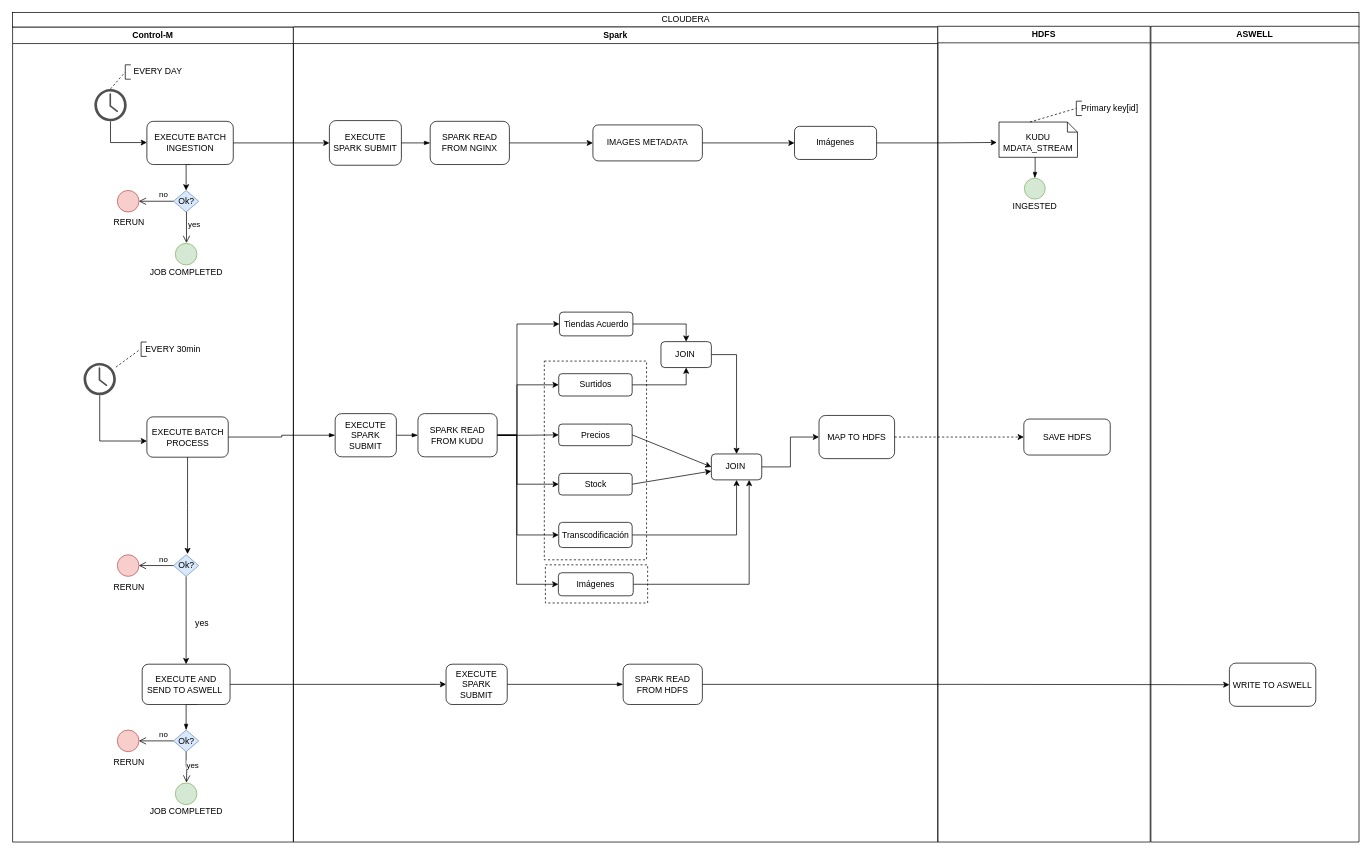
StefanoMazzukaCapgemini/Cap_Diagram keeps this draw.io diagram as Cap Diagram.drawio. Above is the earlier version. Source tidied: cells renumbered, new cells numbered last; positions are measured from the earlier drawing's top-left corner, leaving out a move shared by most shapes. Both pictures are drawn from the tidied source at 72%, with x=0, y=0 at pixel (12, 12).
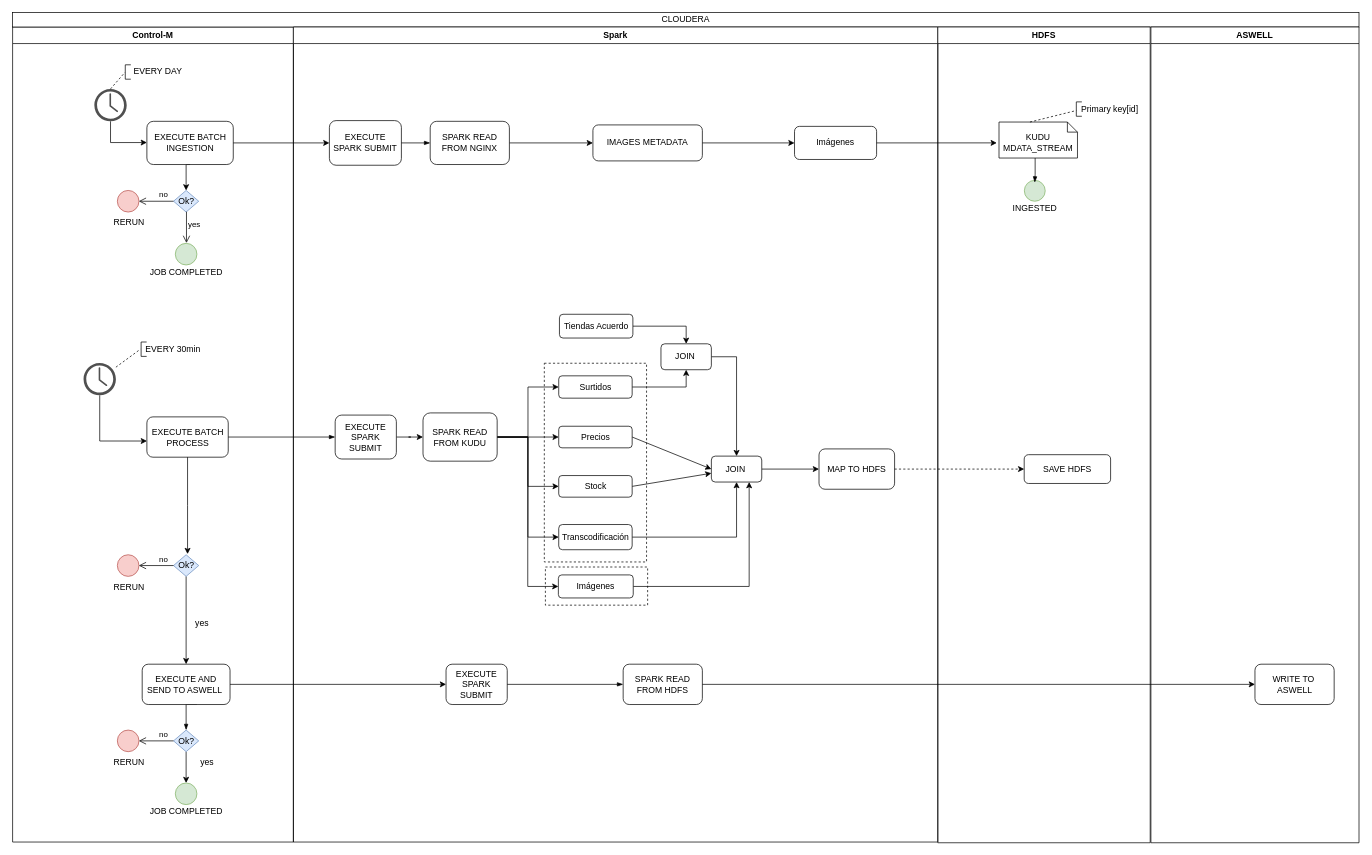
Above is the later version.

The change refers to these unchanged cells:
```xml
<mxCell id="2" value="Control-M" style="swimlane;whiteSpace=wrap;startSize=23;" parent="1" vertex="1">
  <mxGeometry y="20" width="390" height="1132" as="geometry" />
</mxCell>
<mxCell id="12" value="Ok?" style="rhombus;whiteSpace=wrap;html=1;fillColor=#dae8fc;strokeColor=#6c8ebf;" parent="2" vertex="1">
  <mxGeometry x="223.5" y="976.5" width="35" height="30" as="geometry" />
</mxCell>
<mxCell id="21" style="ellipse;whiteSpace=wrap;html=1;fillColor=#d5e8d4;strokeColor=#82b366;" parent="2" vertex="1">
  <mxGeometry x="226" y="1050" width="30" height="30" as="geometry" />
</mxCell>
<mxCell id="34" value="Spark" style="swimlane;whiteSpace=wrap;startSize=23;" parent="1" vertex="1">
  <mxGeometry x="390" y="20" width="895" height="1132" as="geometry" />
</mxCell>
<mxCell id="72" value="SPARK READ FROM HDFS" style="rounded=1;whiteSpace=wrap;html=1;" parent="34" vertex="1">
  <mxGeometry x="458" y="885" width="110" height="56" as="geometry" />
</mxCell>
<mxCell id="80" style="shape=partialRectangle;whiteSpace=wrap;html=1;bottom=1;right=1;left=1;top=0;fillColor=none;routingCenterX=-0.5;rotation=90;" parent="74" vertex="1">
  <mxGeometry x="185.9" y="110.5" width="20" height="7" as="geometry" />
</mxCell>
```

What changed in the source:
```diff
@@
+    <mxCell id="97" style="edgeStyle=orthogonalEdgeStyle;rounded=0;jettySize=auto;html=1;entryX=0.5;entryY=0;entryDx=0;entryDy=0;endArrow=classic;endFill=1;" parent="2" edge="1" source="12" target="21">
+      <mxGeometry relative="1" as="geometry" />
+    </mxCell>
@@
-    <mxCell id="14" value="yes" style="edgeStyle=orthogonalEdgeStyle;html=1;align=left;verticalAlign=top;endArrow=open;endSize=8;entryX=0.5;entryY=0;entryDx=0;entryDy=0;" parent="2" edge="1" source="12">
-      <mxGeometry x="0.01" y="10" relative="1" as="geometry">
-        <mxPoint x="241.5" y="1049.5" as="targetPoint" />
-        <mxPoint x="-2" y="-6" as="offset" />
-      </mxGeometry>
-    </mxCell>
@@
+    <mxCell id="14" value="yes" style="text;html=1;align=left;verticalAlign=top;spacingTop=-4;" parent="2" vertex="1">
+      <mxGeometry x="258.5" y="1011.5" width="30" height="20" as="geometry" />
+    </mxCell>
@@
     <mxCell id="35" style="rounded=0;whiteSpace=wrap;html=1;dashed=1;" parent="34" vertex="1">
-      <mxGeometry x="350" y="747" width="142" height="53" as="geometry" />
+      <mxGeometry x="350" y="750" width="142" height="53" as="geometry" />
     </mxCell>
     <mxCell id="36" style="rounded=0;whiteSpace=wrap;html=1;dashed=1;" parent="34" vertex="1">
-      <mxGeometry x="348.5" y="464" width="142" height="276" as="geometry" />
+      <mxGeometry x="348.5" y="467" width="142" height="276" as="geometry" />
     </mxCell>
-    <mxCell id="37" style="edgeStyle=orthogonalEdgeStyle;rounded=0;jettySize=auto;html=1;exitX=1;exitY=0.5;exitDx=0;exitDy=0;entryX=0;entryY=0.5;entryDx=0;entryDy=0;endArrow=blockThin;endFill=1;" parent="34" edge="1" source="38" target="45">
+    <mxCell id="37" style="edgeStyle=orthogonalEdgeStyle;rounded=0;jettySize=auto;html=1;entryX=0;entryY=0.5;entryDx=0;entryDy=0;endArrow=classic;endFill=1;" parent="34" edge="1" source="38" target="45">
       <mxGeometry relative="1" as="geometry" />
     </mxCell>
     <mxCell id="38" value="EXECUTE SPARK SUBMIT" style="rounded=1;whiteSpace=wrap;html=1;" parent="34" vertex="1">
-      <mxGeometry x="58" y="537" width="85" height="60" as="geometry" />
+      <mxGeometry x="58" y="539" width="85" height="61" as="geometry" />
     </mxCell>
+    <mxCell id="41" style="edgeStyle=orthogonalEdgeStyle;rounded=0;jettySize=auto;html=1;entryX=0;entryY=0.5;entryDx=0;entryDy=0;endArrow=classic;endFill=1;" parent="34" edge="1" source="45" target="52">
+      <mxGeometry relative="1" as="geometry" />
+    </mxCell>
+    <mxCell id="43" style="edgeStyle=orthogonalEdgeStyle;rounded=0;jettySize=auto;html=1;entryX=0;entryY=0.5;entryDx=0;entryDy=0;endArrow=classic;endFill=1;" parent="34" edge="1" source="45" target="50">
+      <mxGeometry relative="1" as="geometry" />
+    </mxCell>
+    <mxCell id="40" style="edgeStyle=orthogonalEdgeStyle;rounded=0;jettySize=auto;html=1;entryX=0;entryY=0.5;entryDx=0;entryDy=0;endArrow=classic;endFill=1;" parent="34" edge="1" source="45" target="47">
+      <mxGeometry relative="1" as="geometry" />
+    </mxCell>
-    <mxCell id="39" style="edgeStyle=orthogonalEdgeStyle;rounded=0;jettySize=auto;html=1;exitX=1;exitY=0.5;exitDx=0;exitDy=0;entryX=0;entryY=0.5;entryDx=0;entryDy=0;" parent="34" edge="1" source="45" target="54">
-      <mxGeometry relative="1" as="geometry">
-        <Array as="points">
-          <mxPoint x="310.5" y="567" />
-          <mxPoint x="310.5" y="706" />
-        </Array>
-      </mxGeometry>
+    <mxCell id="39" style="edgeStyle=orthogonalEdgeStyle;rounded=0;jettySize=auto;html=1;entryX=0;entryY=0.5;entryDx=0;entryDy=0;endArrow=classic;endFill=1;" parent="34" edge="1" source="45" target="54">
+      <mxGeometry relative="1" as="geometry" />
     </mxCell>
-    <mxCell id="40" style="edgeStyle=orthogonalEdgeStyle;rounded=0;jettySize=auto;html=1;exitX=1;exitY=0.5;exitDx=0;exitDy=0;entryX=0;entryY=0.5;entryDx=0;entryDy=0;" parent="34" edge="1" source="45" target="47">
-      <mxGeometry relative="1" as="geometry">
-        <Array as="points">
-          <mxPoint x="310.5" y="567" />
-          <mxPoint x="310.5" y="635" />
-        </Array>
-      </mxGeometry>
-    </mxCell>
-    <mxCell id="41" style="edgeStyle=orthogonalEdgeStyle;rounded=0;jettySize=auto;html=1;exitX=1;exitY=0.5;exitDx=0;exitDy=0;entryX=0;entryY=0.5;entryDx=0;entryDy=0;" parent="34" edge="1" source="45" target="52">
-      <mxGeometry relative="1" as="geometry">
-        <Array as="points">
-          <mxPoint x="310.5" y="567" />
-          <mxPoint x="310.5" y="497" />
-        </Array>
-      </mxGeometry>
-    </mxCell>
-    <mxCell id="42" style="edgeStyle=orthogonalEdgeStyle;rounded=0;jettySize=auto;html=1;exitX=1;exitY=0.5;exitDx=0;exitDy=0;entryX=0;entryY=0.5;entryDx=0;entryDy=0;" parent="34" edge="1" source="45" target="56">
-      <mxGeometry relative="1" as="geometry">
-        <Array as="points">
-          <mxPoint x="310.5" y="567" />
-          <mxPoint x="310.5" y="413" />
-        </Array>
-      </mxGeometry>
-    </mxCell>
-    <mxCell id="43" style="edgeStyle=orthogonalEdgeStyle;rounded=0;jettySize=auto;html=1;exitX=1;exitY=0.5;exitDx=0;exitDy=0;" parent="34" edge="1" source="45" target="50">
-      <mxGeometry relative="1" as="geometry" />
-    </mxCell>
-    <mxCell id="44" style="edgeStyle=orthogonalEdgeStyle;rounded=0;jettySize=auto;html=1;exitX=1;exitY=0.5;exitDx=0;exitDy=0;entryX=0;entryY=0.5;entryDx=0;entryDy=0;endArrow=classic;endFill=1;" parent="34" edge="1" source="45" target="70">
-      <mxGeometry relative="1" as="geometry">
-        <Array as="points">
-          <mxPoint x="310" y="567" />
-          <mxPoint x="310" y="774" />
-        </Array>
-      </mxGeometry>
+    <mxCell id="44" style="edgeStyle=orthogonalEdgeStyle;rounded=0;jettySize=auto;html=1;entryX=0;entryY=0.5;entryDx=0;entryDy=0;endArrow=classic;endFill=1;" parent="34" edge="1" source="45" target="70">
+      <mxGeometry relative="1" as="geometry" />
     </mxCell>
     <mxCell id="45" value="SPARK READ FROM KUDU" style="rounded=1;whiteSpace=wrap;html=1;" parent="34" vertex="1">
-      <mxGeometry x="173" y="537" width="110" height="60" as="geometry" />
+      <mxGeometry x="180" y="536" width="103" height="67" as="geometry" />
     </mxCell>
@@
     <mxCell id="47" value="Stock" style="rounded=1;whiteSpace=wrap;html=1;" parent="34" vertex="1">
-      <mxGeometry x="368.5" y="620" width="102" height="30" as="geometry" />
+      <mxGeometry x="368.5" y="623" width="102" height="30" as="geometry" />
     </mxCell>
     <mxCell id="48" style="edgeStyle=orthogonalEdgeStyle;rounded=0;orthogonalLoop=1;jettySize=auto;html=1;exitX=1;exitY=0.5;exitDx=0;exitDy=0;entryX=0;entryY=0.5;entryDx=0;entryDy=0;endArrow=blockThin;endFill=1;strokeColor=none;" parent="34" edge="1">
       <mxGeometry relative="1" as="geometry">
-        <mxPoint x="641.5" y="584" as="sourcePoint" />
-        <mxPoint x="667.4" y="584" as="targetPoint" />
+        <mxPoint x="641.5" y="587" as="sourcePoint" />
+        <mxPoint x="667.4" y="587" as="targetPoint" />
       </mxGeometry>
     </mxCell>
@@
     <mxCell id="50" value="Precios" style="rounded=1;whiteSpace=wrap;html=1;" parent="34" vertex="1">
-      <mxGeometry x="368.5" y="551.5" width="102" height="30" as="geometry" />
+      <mxGeometry x="368.5" y="554.5" width="102" height="30" as="geometry" />
     </mxCell>
@@
     <mxCell id="52" value="Surtidos" style="rounded=1;whiteSpace=wrap;html=1;" parent="34" vertex="1">
-      <mxGeometry x="368.5" y="481.5" width="102" height="31" as="geometry" />
+      <mxGeometry x="368.5" y="484.5" width="102" height="31" as="geometry" />
     </mxCell>
@@
     <mxCell id="54" value="Transcodificación" style="rounded=1;whiteSpace=wrap;html=1;" parent="34" vertex="1">
-      <mxGeometry x="368.5" y="688" width="102" height="35" as="geometry" />
+      <mxGeometry x="368.5" y="691" width="102" height="35" as="geometry" />
     </mxCell>
@@
     <mxCell id="56" value="Tiendas Acuerdo" style="rounded=1;whiteSpace=wrap;html=1;" parent="34" vertex="1">
-      <mxGeometry x="369.5" y="396" width="102" height="33" as="geometry" />
+      <mxGeometry x="369.5" y="399" width="102" height="33" as="geometry" />
     </mxCell>
@@
     <mxCell id="58" value="JOIN&amp;nbsp;" style="rounded=1;whiteSpace=wrap;html=1;" parent="34" vertex="1">
-      <mxGeometry x="510.5" y="437" width="70" height="36" as="geometry" />
+      <mxGeometry x="510.5" y="440" width="70" height="36" as="geometry" />
     </mxCell>
@@
     <mxCell id="60" value="JOIN&amp;nbsp;" style="rounded=1;whiteSpace=wrap;html=1;" parent="34" vertex="1">
-      <mxGeometry x="580.5" y="593" width="70" height="36" as="geometry" />
+      <mxGeometry x="580.5" y="596" width="70" height="36" as="geometry" />
     </mxCell>
     <mxCell id="61" value="MAP TO HDFS" style="rounded=1;whiteSpace=wrap;html=1;" parent="34" vertex="1">
-      <mxGeometry x="730" y="539.5" width="105" height="60" as="geometry" />
+      <mxGeometry x="730" y="586" width="105" height="56" as="geometry" />
     </mxCell>
@@
     <mxCell id="70" value="Imágenes" style="rounded=1;whiteSpace=wrap;html=1;" parent="34" vertex="1">
-      <mxGeometry x="368" y="758" width="104" height="32" as="geometry" />
+      <mxGeometry x="368" y="761" width="104" height="32" as="geometry" />
     </mxCell>
@@
     <mxCell id="74" value="HDFS" style="swimlane;whiteSpace=wrap;" parent="1" vertex="1">
-      <mxGeometry x="1285" y="19" width="295" height="1133" as="geometry" />
+      <mxGeometry x="1285" y="20" width="295" height="1133" as="geometry" />
     </mxCell>
     <mxCell id="75" value="SAVE HDFS" style="rounded=1;whiteSpace=wrap;html=1;" parent="74" vertex="1">
-      <mxGeometry x="119.5" y="545.5" width="120" height="50" as="geometry" />
+      <mxGeometry x="120" y="594" width="120" height="40" as="geometry" />
     </mxCell>
     <mxCell id="76" value="&lt;br&gt;KUDU&lt;br&gt;MDATA_STREAM" style="shape=note;whiteSpace=wrap;html=1;size=14;verticalAlign=top;align=center;spacingTop=-6;" parent="74" vertex="1">
-      <mxGeometry x="85" y="133" width="109" height="49" as="geometry" />
+      <mxGeometry x="85" y="132" width="109" height="50" as="geometry" />
     </mxCell>
     <mxCell id="77" style="ellipse;whiteSpace=wrap;html=1;fillColor=#d5e8d4;strokeColor=#82b366;" parent="74" vertex="1">
-      <mxGeometry x="120.2" y="211" width="29" height="29" as="geometry" />
+      <mxGeometry x="120.2" y="213" width="29" height="29" as="geometry" />
     </mxCell>
-    <mxCell id="78" style="edgeStyle=orthogonalEdgeStyle;rounded=0;jettySize=auto;html=1;endArrow=blockThin;endFill=1;entryX=0.5;entryY=0;entryDx=0;entryDy=0;" parent="74" edge="1" source="76" target="77">
+    <mxCell id="78" style="edgeStyle=orthogonalEdgeStyle;rounded=0;jettySize=auto;html=1;endArrow=blockThin;endFill=1;entryX=0.5;entryY=0;entryDx=0;entryDy=0;" parent="74" edge="1" source="76">
       <mxGeometry relative="1" as="geometry">
+        <mxPoint x="134.7" y="216" as="targetPoint" />
         <Array as="points">
-          <mxPoint x="135.2" y="199.5" />
-          <mxPoint x="135.2" y="199.5" />
+          <mxPoint x="135.2" y="204.5" />
+          <mxPoint x="135.2" y="204.5" />
         </Array>
       </mxGeometry>
     </mxCell>
     <mxCell id="79" value="INGESTED" style="text;html=1;strokeColor=none;fillColor=none;align=center;verticalAlign=middle;whiteSpace=wrap;rounded=0;" parent="74" vertex="1">
-      <mxGeometry x="114.7" y="240" width="40" height="20" as="geometry" />
+      <mxGeometry x="114.7" y="242" width="40" height="20" as="geometry" />
     </mxCell>
@@
-    <mxCell id="81" style="endArrow=none;dashed=1;html=1;exitX=0;exitY=0;exitDx=43;exitDy=0;exitPerimeter=0;entryX=0.5;entryY=1;entryDx=0;entryDy=0;" parent="74" edge="1" source="76" target="80">
-      <mxGeometry relative="1" as="geometry" />
+    <mxCell id="81" style="endArrow=none;dashed=1;html=1;exitX=0;exitY=0;exitDx=43;exitDy=0;exitPerimeter=0;entryX=0.5;entryY=1;entryDx=0;entryDy=0;" parent="74" edge="1" source="76">
+      <mxGeometry relative="1" as="geometry">
+        <mxPoint x="192.4" y="116" as="targetPoint" />
+      </mxGeometry>
     </mxCell>
@@
     <mxCell id="92" value="ASWELL" style="swimlane;whiteSpace=wrap;" parent="1" vertex="1">
-      <mxGeometry x="1581" y="19" width="289" height="1133" as="geometry" />
+      <mxGeometry x="1581" y="20" width="289" height="1133" as="geometry" />
     </mxCell>
-    <mxCell id="93" value="WRITE TO ASWELL" style="rounded=1;whiteSpace=wrap;html=1;" parent="92" vertex="1">
-      <mxGeometry x="109" y="884.5" width="120" height="60" as="geometry" />
+    <mxCell id="93" value="WRITE TO&amp;nbsp;&lt;br&gt;ASWELL" style="rounded=1;whiteSpace=wrap;html=1;" parent="92" vertex="1">
+      <mxGeometry x="144.5" y="885" width="110" height="56" as="geometry" />
     </mxCell>
-    <mxCell id="94" style="edgeStyle=orthogonalEdgeStyle;rounded=0;jettySize=auto;html=1;exitX=1;exitY=0.5;exitDx=0;exitDy=0;endArrow=classic;endFill=1;" parent="1" edge="1" source="72" target="93">
-      <mxGeometry relative="1" as="geometry" />
-    </mxCell>
@@
+    <mxCell id="94" style="edgeStyle=orthogonalEdgeStyle;rounded=0;jettySize=auto;html=1;entryX=0;entryY=0.5;entryDx=0;entryDy=0;endArrow=classic;endFill=1;" parent="1" edge="1" source="72" target="93">
+      <mxGeometry relative="1" as="geometry" />
+    </mxCell>
```
